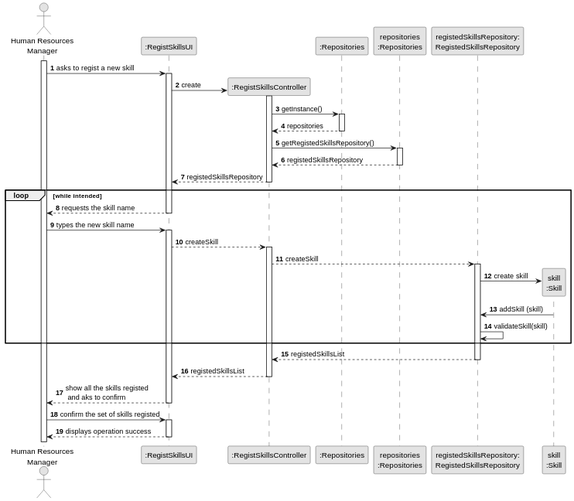
The PlantUML diagram docs/sprint2/us001/03.design/svg/us001-sequence-diagram-full.svg in 1231360-ISEP/lei-24-s2-1db-g021, before a commit.
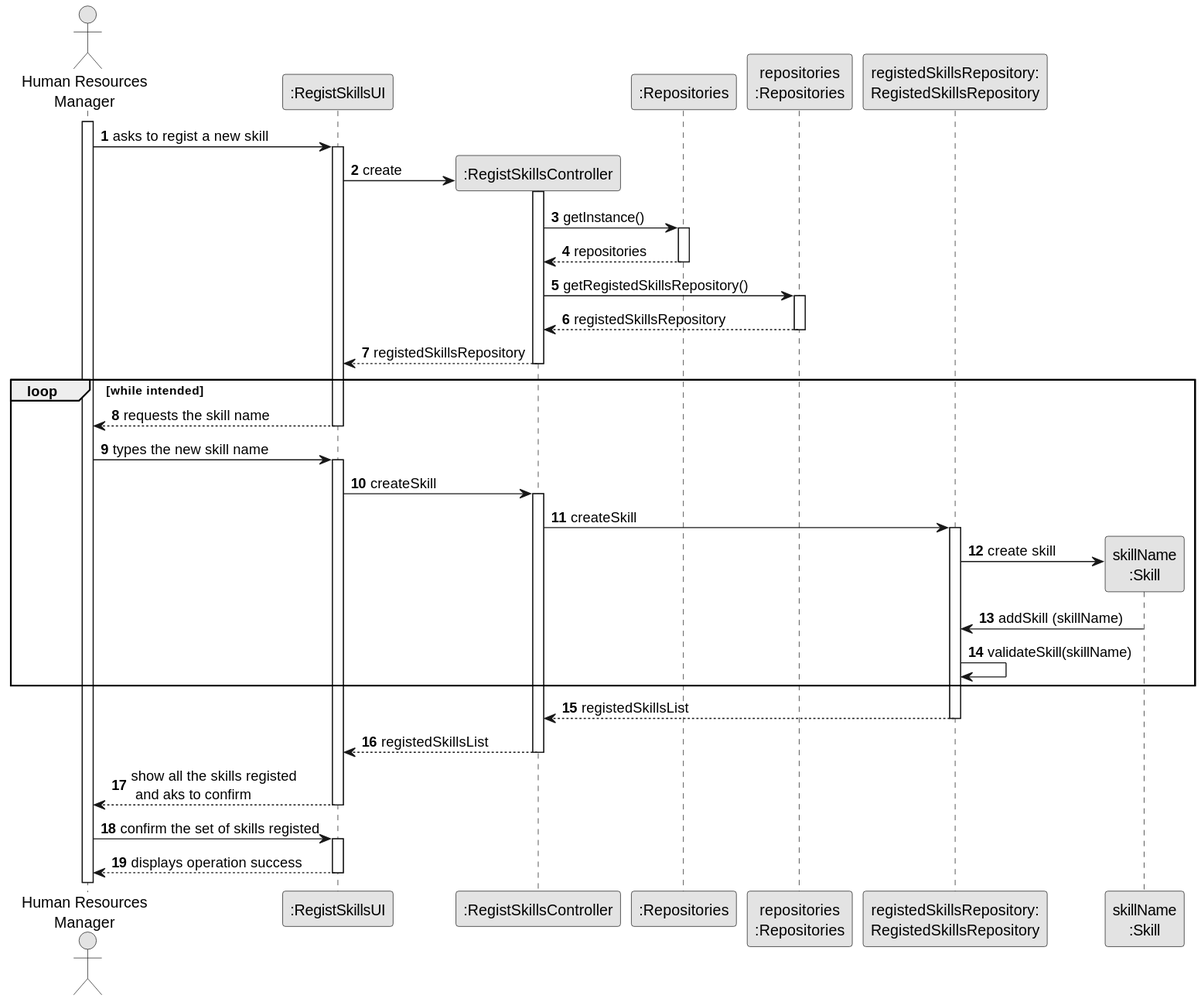
The same diagram one commit later.

Commit message:
Update US01 - Sequence Diagram and SVG

Diff of the diagram source:
```diff
@@ -9,7 +9,7 @@
 participant ":Repositories" as RepositorySingleton
 participant "repositories\n:Repositories" as PLAT
 participant "registedSkillsRepository:\nRegistedSkillsRepository" as RegistedSkillsRepository
-participant "skill\n:Skill" as TAREFA
+participant "skillName\n:Skill" as TAREFA
 
 autonumber 1
 
@@ -43,18 +43,18 @@
 
         HRM -> UI : types the new skill name
         activate UI
-            UI --> CTRL: createSkill
+            UI -> CTRL: createSkill
         activate CTRL
 
 
-            CTRL --> RegistedSkillsRepository : createSkill
+            CTRL -> RegistedSkillsRepository : createSkill
 
             activate RegistedSkillsRepository
 
                 RegistedSkillsRepository -> TAREFA**: create skill
-                TAREFA -> RegistedSkillsRepository: addSkill (skill)
+                TAREFA -> RegistedSkillsRepository: addSkill (skillName)
 
-                    RegistedSkillsRepository -> RegistedSkillsRepository: validateSkill(skill)
+                    RegistedSkillsRepository -> RegistedSkillsRepository: validateSkill(skillName)
 
     end
                 RegistedSkillsRepository --> CTRL : registedSkillsList
```
